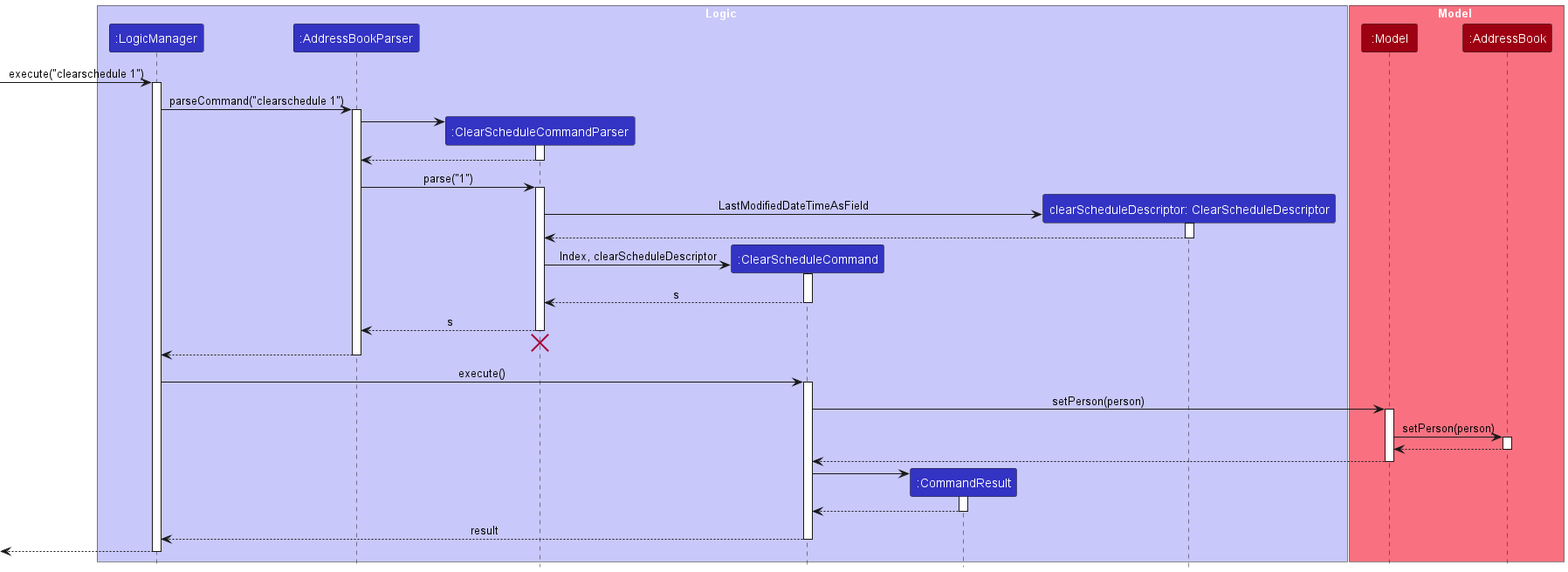
Before: docs/images/ClearScheduleSequenceDiagram.png, a diagram exported from PlantUML (xavierpok/tp). Source of this version:
```plantuml
@startuml
!include style.puml
skinparam ArrowFontStyle plain

box Logic LOGIC_COLOR_T1
participant ":LogicManager" as LogicManager LOGIC_COLOR
participant ":AddressBookParser" as AddressBookParser LOGIC_COLOR
participant ":ClearScheduleCommandParser" as ClearScheduleCommandParser LOGIC_COLOR
participant ":ClearScheduleCommand" as ClearScheduleCommand LOGIC_COLOR

participant ":CommandResult" as CommandResult LOGIC_COLOR
participant "clearScheduleDescriptor: ClearScheduleDescriptor" as Person LOGIC_COLOR
end box

box Model MODEL_COLOR_T1
participant ":Model" as Model MODEL_COLOR
participant ":AddressBook" as AddressBook MODEL_COLOR
end box

[-> LogicManager : execute("clearschedule 1")
activate LogicManager


LogicManager -> AddressBookParser : parseCommand("clearschedule 1")
activate AddressBookParser

create ClearScheduleCommandParser
AddressBookParser -> ClearScheduleCommandParser
activate ClearScheduleCommandParser

ClearScheduleCommandParser --> AddressBookParser
deactivate ClearScheduleCommandParser

AddressBookParser -> ClearScheduleCommandParser : parse("1")
activate ClearScheduleCommandParser



create Person
ClearScheduleCommandParser -> Person : LastModifiedDateTimeAsField
activate Person
Person --> ClearScheduleCommandParser
deactivate Person

create ClearScheduleCommand
ClearScheduleCommandParser -> ClearScheduleCommand : Index, clearScheduleDescriptor
activate ClearScheduleCommand

ClearScheduleCommand --> ClearScheduleCommandParser : s
deactivate ClearScheduleCommand

ClearScheduleCommandParser --> AddressBookParser : s
deactivate ClearScheduleCommandParser
ClearScheduleCommandParser -[hidden]-> AddressBookParser
destroy ClearScheduleCommandParser

AddressBookParser --> LogicManager
deactivate AddressBookParser

LogicManager -> ClearScheduleCommand : execute()
activate ClearScheduleCommand

ClearScheduleCommand -> Model : setPerson(person)
activate Model
Model -> AddressBook : setPerson(person)

activate AddressBook
AddressBook --> Model
deactivate AddressBook

Model --> ClearScheduleCommand
deactivate Model

create CommandResult
ClearScheduleCommand -> CommandResult
activate CommandResult

CommandResult --> ClearScheduleCommand
deactivate CommandResult

ClearScheduleCommand --> LogicManager : result
deactivate ClearScheduleCommand

[<--LogicManager
deactivate LogicManager

@enduml
```
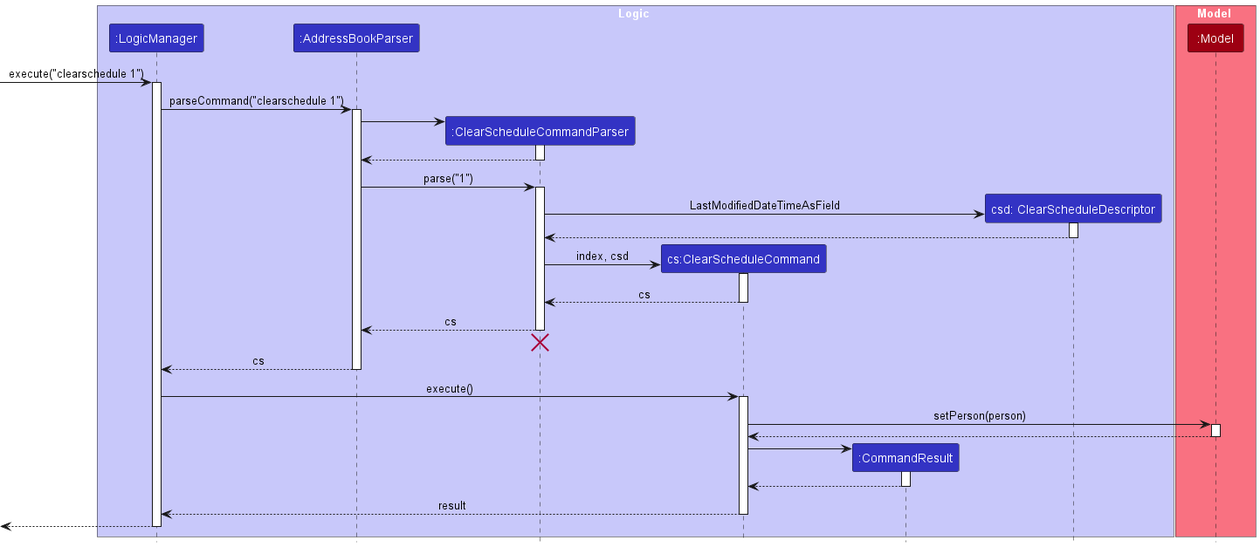
After the commit.

The edit, as a diff of the source:
```diff
@@ -6,15 +6,14 @@
 participant ":LogicManager" as LogicManager LOGIC_COLOR
 participant ":AddressBookParser" as AddressBookParser LOGIC_COLOR
 participant ":ClearScheduleCommandParser" as ClearScheduleCommandParser LOGIC_COLOR
-participant ":ClearScheduleCommand" as ClearScheduleCommand LOGIC_COLOR
+participant "cs:ClearScheduleCommand" as ClearScheduleCommand LOGIC_COLOR
 
 participant ":CommandResult" as CommandResult LOGIC_COLOR
-participant "clearScheduleDescriptor: ClearScheduleDescriptor" as Person LOGIC_COLOR
+participant "csd: ClearScheduleDescriptor" as Person LOGIC_COLOR
 end box
 
 box Model MODEL_COLOR_T1
 participant ":Model" as Model MODEL_COLOR
-participant ":AddressBook" as AddressBook MODEL_COLOR
 end box
 
 [-> LogicManager : execute("clearschedule 1")
@@ -43,30 +42,26 @@
 deactivate Person
 
 create ClearScheduleCommand
-ClearScheduleCommandParser -> ClearScheduleCommand : Index, clearScheduleDescriptor
+ClearScheduleCommandParser -> ClearScheduleCommand : index, csd
 activate ClearScheduleCommand
 
-ClearScheduleCommand --> ClearScheduleCommandParser : s
+ClearScheduleCommand --> ClearScheduleCommandParser : cs
 deactivate ClearScheduleCommand
 
-ClearScheduleCommandParser --> AddressBookParser : s
+ClearScheduleCommandParser --> AddressBookParser : cs
 deactivate ClearScheduleCommandParser
 ClearScheduleCommandParser -[hidden]-> AddressBookParser
 destroy ClearScheduleCommandParser
 
-AddressBookParser --> LogicManager
+AddressBookParser --> LogicManager : cs
 deactivate AddressBookParser
 
 LogicManager -> ClearScheduleCommand : execute()
 activate ClearScheduleCommand
 
+
 ClearScheduleCommand -> Model : setPerson(person)
 activate Model
-Model -> AddressBook : setPerson(person)
-
-activate AddressBook
-AddressBook --> Model
-deactivate AddressBook
 
 Model --> ClearScheduleCommand
 deactivate Model
```
